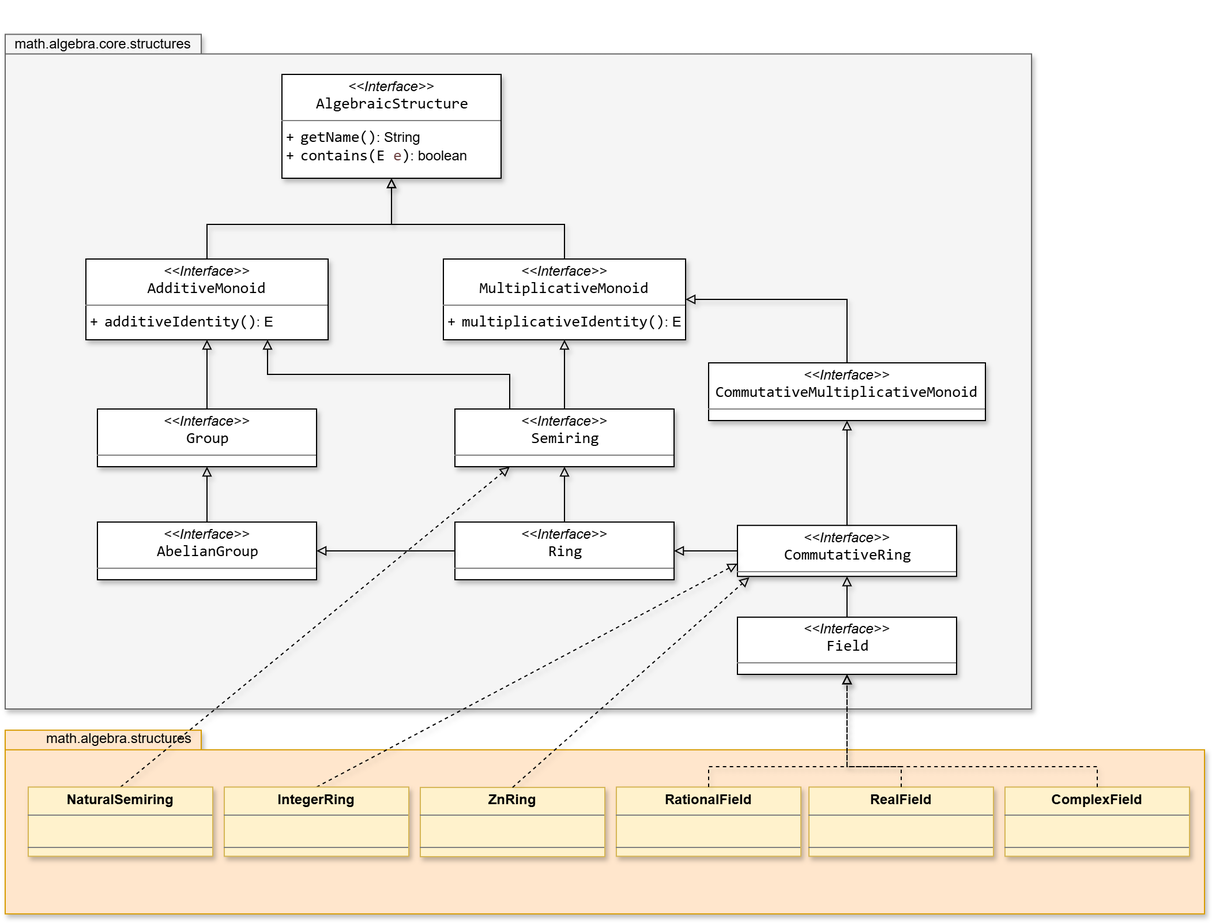
gom9000/SMFN keeps this draw.io diagram as resources/SMFN-algebra-structures.drawio.png. Above is the earlier version. Source tidied: cells renumbered, new cells last; positions are measured from the earlier drawing's top-left corner, leaving out a move shared by most shapes.
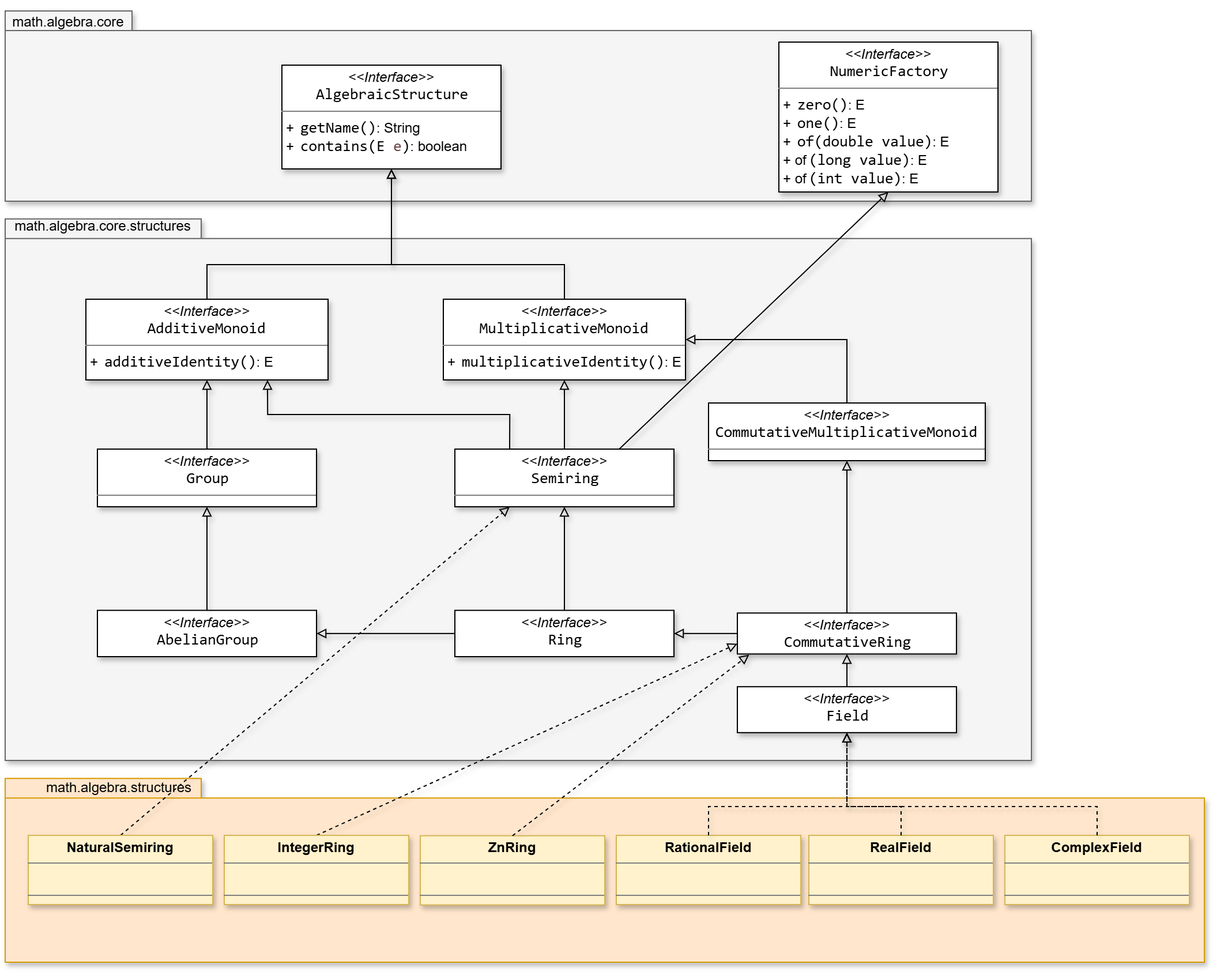
The same file after the commit.

What changed in the source:
```diff
@@ -4,4 +4,10 @@
     <mxCell id="1" parent="0" />
+    <mxCell id="42" style="shape=folder;fontStyle=1;spacingTop=10;tabWidth=110;tabHeight=17;tabPosition=left;html=1;whiteSpace=wrap;fillColor=#f5f5f5;fontColor=#333333;strokeColor=#666666;shadow=1;" parent="1" vertex="1">
+      <mxGeometry y="15" width="890" height="165" as="geometry" />
+    </mxCell>
+    <mxCell id="43" value="math.algebra.core" style="text;html=1;whiteSpace=wrap;strokeColor=none;fillColor=none;align=center;verticalAlign=middle;rounded=0;shadow=1;" parent="1" vertex="1">
+      <mxGeometry y="10" width="110" height="30" as="geometry" />
+    </mxCell>
     <mxCell id="2" style="group;shadow=1;" parent="1" vertex="1">
-      <mxGeometry y="627.7" width="1040" height="160" as="geometry" />
+      <mxGeometry y="680" width="1040" height="160" as="geometry" />
     </mxCell>
@@ -26,12 +32,12 @@
     <mxCell id="9" style="group;shadow=1;" parent="1" vertex="1">
-      <mxGeometry width="890" height="610" as="geometry" />
+      <mxGeometry y="175" width="890" height="490" as="geometry" />
     </mxCell>
     <mxCell id="10" style="shape=folder;fontStyle=1;spacingTop=10;tabWidth=170;tabHeight=17;tabPosition=left;html=1;whiteSpace=wrap;fillColor=#f5f5f5;strokeColor=#666666;fontColor=#333333;shadow=1;" parent="9" vertex="1">
-      <mxGeometry y="25.3" width="890" height="584.7" as="geometry" />
+      <mxGeometry y="20.3" width="890" height="469.7" as="geometry" />
     </mxCell>
     <mxCell id="11" value="math.algebra.core.structures" style="text;html=1;whiteSpace=wrap;strokeColor=none;fillColor=none;align=center;verticalAlign=middle;rounded=0;shadow=1;" parent="9" vertex="1">
-      <mxGeometry x="20" y="21" width="130.1" height="25.3" as="geometry" />
+      <mxGeometry x="20" y="16.9" width="130.1" height="20.3" as="geometry" />
     </mxCell>
     <mxCell id="12" value="&lt;p style=&quot;margin:0px;margin-top:4px;text-align:center;&quot;&gt;&lt;i&gt;&amp;lt;&amp;lt;Interface&amp;gt;&amp;gt;&lt;/i&gt;&lt;br&gt;&lt;span style=&quot;padding: 0px 0px 0px 2px;&quot;&gt;&lt;span style=&quot;font-family: Consolas; font-size: 10pt; white-space: pre;&quot;&gt;&lt;span style=&quot;&quot;&gt;CommutativeRing&lt;/span&gt;&lt;/span&gt;&lt;/span&gt;&lt;/p&gt;&lt;hr size=&quot;1&quot; style=&quot;border-style:solid;&quot;&gt;&lt;p style=&quot;margin:0px;margin-left:4px;&quot;&gt;&lt;/p&gt;&lt;p style=&quot;margin:0px;margin-left:4px;&quot;&gt;&lt;br&gt;&lt;/p&gt;" style="verticalAlign=top;align=left;overflow=fill;html=1;whiteSpace=wrap;labelBackgroundColor=none;shadow=1;" parent="9" vertex="1">
-      <mxGeometry x="635" y="450.9" width="190" height="44.2" as="geometry" />
+      <mxGeometry x="635" y="362.2" width="190" height="35.5" as="geometry" />
     </mxCell>
@@ -41,3 +47,3 @@
     <mxCell id="14" value="&lt;p style=&quot;margin:0px;margin-top:4px;text-align:center;&quot;&gt;&lt;i&gt;&amp;lt;&amp;lt;Interface&amp;gt;&amp;gt;&lt;/i&gt;&lt;br&gt;&lt;span style=&quot;padding: 0px 0px 0px 2px;&quot;&gt;&lt;span style=&quot;font-family: Consolas; font-size: 10pt; white-space: pre;&quot;&gt;&lt;span style=&quot;&quot;&gt;Ring&lt;/span&gt;&lt;/span&gt;&lt;/span&gt;&lt;/p&gt;&lt;hr size=&quot;1&quot; style=&quot;border-style:solid;&quot;&gt;&lt;p style=&quot;margin:0px;margin-left:4px;&quot;&gt;&lt;/p&gt;&lt;p style=&quot;margin:0px;margin-left:4px;&quot;&gt;&lt;br&gt;&lt;/p&gt;" style="verticalAlign=top;align=left;overflow=fill;html=1;whiteSpace=wrap;labelBackgroundColor=none;shadow=1;" parent="9" vertex="1">
-      <mxGeometry x="390" y="448" width="190" height="50" as="geometry" />
+      <mxGeometry x="390" y="359.8" width="190" height="40.2" as="geometry" />
     </mxCell>
@@ -47,3 +53,3 @@
     <mxCell id="16" value="&lt;p style=&quot;margin:0px;margin-top:4px;text-align:center;&quot;&gt;&lt;i&gt;&amp;lt;&amp;lt;Interface&amp;gt;&amp;gt;&lt;/i&gt;&lt;br&gt;&lt;span style=&quot;padding: 0px 0px 0px 2px;&quot;&gt;&lt;span style=&quot;font-family: Consolas; font-size: 10pt; white-space: pre;&quot;&gt;&lt;span style=&quot;&quot;&gt;AbelianGroup&lt;/span&gt;&lt;/span&gt;&lt;/span&gt;&lt;/p&gt;&lt;hr size=&quot;1&quot; style=&quot;border-style:solid;&quot;&gt;&lt;p style=&quot;margin:0px;margin-left:4px;&quot;&gt;&lt;/p&gt;&lt;p style=&quot;margin:0px;margin-left:4px;&quot;&gt;&lt;br&gt;&lt;/p&gt;" style="verticalAlign=top;align=left;overflow=fill;html=1;whiteSpace=wrap;labelBackgroundColor=none;shadow=1;" parent="9" vertex="1">
-      <mxGeometry x="80" y="448" width="190" height="50" as="geometry" />
+      <mxGeometry x="80" y="359.8" width="190" height="40.2" as="geometry" />
     </mxCell>
@@ -53,6 +59,6 @@
     <mxCell id="18" value="&lt;p style=&quot;margin:0px;margin-top:4px;text-align:center;&quot;&gt;&lt;span style=&quot;&quot;&gt;&lt;i style=&quot;&quot;&gt;&amp;lt;&amp;lt;Interface&amp;gt;&amp;gt;&lt;/i&gt;&lt;br&gt;&lt;span style=&quot;padding: 0px 0px 0px 2px;&quot;&gt;&lt;span style=&quot;font-family: Consolas; font-size: 10pt; white-space: pre;&quot;&gt;&lt;span style=&quot;&quot;&gt;Field&lt;/span&gt;&lt;/span&gt;&lt;/span&gt;&lt;/span&gt;&lt;/p&gt;&lt;hr size=&quot;1&quot; style=&quot;border-style:solid;&quot;&gt;&lt;p style=&quot;margin:0px;margin-left:4px;&quot;&gt;&lt;/p&gt;&lt;p style=&quot;margin:0px;margin-left:4px;&quot;&gt;&lt;br&gt;&lt;/p&gt;" style="verticalAlign=top;align=left;overflow=fill;html=1;whiteSpace=wrap;labelBackgroundColor=none;shadow=1;" parent="9" vertex="1">
-      <mxGeometry x="635" y="530.4" width="190" height="49.6" as="geometry" />
+      <mxGeometry x="635" y="426.1" width="190" height="39.8" as="geometry" />
     </mxCell>
     <mxCell id="19" value="&lt;p style=&quot;margin:0px;margin-top:4px;text-align:center;&quot;&gt;&lt;i&gt;&amp;lt;&amp;lt;Interface&amp;gt;&amp;gt;&lt;/i&gt;&lt;br&gt;&lt;span style=&quot;padding: 0px 0px 0px 2px;&quot;&gt;&lt;span style=&quot;font-family: Consolas; font-size: 10pt; white-space: pre;&quot;&gt;&lt;span style=&quot;&quot;&gt;AlgebraicStructure&lt;/span&gt;&lt;/span&gt;&lt;/span&gt;&lt;/p&gt;&lt;hr size=&quot;1&quot; style=&quot;border-style:solid;&quot;&gt;&lt;p style=&quot;margin:0px;margin-left:4px;&quot;&gt;&lt;/p&gt;&lt;p style=&quot;margin:0px;margin-left:4px;&quot;&gt;+&amp;nbsp;&lt;span style=&quot;padding: 0px 0px 0px 2px;&quot;&gt;&lt;span style=&quot;font-family: Consolas; font-size: 10pt; white-space: pre;&quot;&gt;&lt;span style=&quot;&quot;&gt;getName&lt;/span&gt;()&lt;/span&gt;&lt;/span&gt;: String&lt;br&gt;+&amp;nbsp;&lt;span style=&quot;padding: 0px 0px 0px 2px;&quot;&gt;&lt;span style=&quot;font-family: Consolas; font-size: 10pt; white-space: pre;&quot;&gt;&lt;span style=&quot;&quot;&gt;contains&lt;/span&gt;(E &lt;span style=&quot;color:#6a3e3e;&quot;&gt;e&lt;/span&gt;)&lt;/span&gt;&lt;/span&gt;: boolean&lt;/p&gt;" style="verticalAlign=top;align=left;overflow=fill;html=1;whiteSpace=wrap;labelBackgroundColor=none;shadow=1;" parent="1" vertex="1">
-      <mxGeometry x="240" y="60" width="190" height="90" as="geometry" />
+      <mxGeometry x="240" y="62" width="190" height="90" as="geometry" />
     </mxCell>
@@ -62,3 +68,3 @@
     <mxCell id="21" value="&lt;p style=&quot;margin:0px;margin-top:4px;text-align:center;&quot;&gt;&lt;i&gt;&amp;lt;&amp;lt;Interface&amp;gt;&amp;gt;&lt;/i&gt;&lt;br&gt;&lt;span style=&quot;padding: 0px 0px 0px 2px;&quot;&gt;&lt;span style=&quot;font-family: Consolas; font-size: 10pt; white-space: pre;&quot;&gt;&lt;span style=&quot;&quot;&gt;Group&lt;/span&gt;&lt;/span&gt;&lt;/span&gt;&lt;/p&gt;&lt;hr size=&quot;1&quot; style=&quot;border-style:solid;&quot;&gt;&lt;p style=&quot;margin:0px;margin-left:4px;&quot;&gt;&lt;/p&gt;&lt;p style=&quot;margin:0px;margin-left:4px;&quot;&gt;&lt;br&gt;&lt;/p&gt;" style="verticalAlign=top;align=left;overflow=fill;html=1;whiteSpace=wrap;labelBackgroundColor=none;shadow=1;" parent="1" vertex="1">
-      <mxGeometry x="80" y="350" width="190" height="50" as="geometry" />
+      <mxGeometry x="80" y="395" width="190" height="50" as="geometry" />
     </mxCell>
@@ -70,4 +76,7 @@
     </mxCell>
+    <mxCell id="44" style="rounded=0;jettySize=auto;html=1;exitX=0.75;exitY=0;exitDx=0;exitDy=0;entryX=0.5;entryY=1;entryDx=0;entryDy=0;shadow=1;strokeColor=default;align=center;verticalAlign=middle;fontFamily=Helvetica;fontSize=11;fontColor=default;labelBackgroundColor=default;endArrow=block;endFill=0;" parent="1" edge="1" source="24" target="45">
+      <mxGeometry relative="1" as="geometry" />
+    </mxCell>
     <mxCell id="24" value="&lt;p style=&quot;margin:0px;margin-top:4px;text-align:center;&quot;&gt;&lt;i&gt;&amp;lt;&amp;lt;Interface&amp;gt;&amp;gt;&lt;/i&gt;&lt;br&gt;&lt;span style=&quot;padding: 0px 0px 0px 2px;&quot;&gt;&lt;span style=&quot;font-family: Consolas; font-size: 10pt; white-space: pre;&quot;&gt;&lt;span style=&quot;&quot;&gt;Semiring&lt;/span&gt;&lt;/span&gt;&lt;/span&gt;&lt;/p&gt;&lt;hr size=&quot;1&quot; style=&quot;border-style:solid;&quot;&gt;&lt;p style=&quot;margin:0px;margin-left:4px;&quot;&gt;&lt;/p&gt;&lt;p style=&quot;margin:0px;margin-left:4px;&quot;&gt;&lt;br&gt;&lt;/p&gt;" style="verticalAlign=top;align=left;overflow=fill;html=1;whiteSpace=wrap;labelBackgroundColor=none;shadow=1;" parent="1" vertex="1">
-      <mxGeometry x="390" y="350" width="190" height="50" as="geometry" />
+      <mxGeometry x="390" y="395" width="190" height="50" as="geometry" />
     </mxCell>
@@ -76,4 +85,4 @@
         <Array as="points">
-          <mxPoint x="175" y="190" />
-          <mxPoint x="335" y="190" />
+          <mxPoint x="175" y="235" />
+          <mxPoint x="335" y="235" />
         </Array>
@@ -82,3 +91,3 @@
     <mxCell id="26" value="&lt;p style=&quot;margin:0px;margin-top:4px;text-align:center;&quot;&gt;&lt;i&gt;&amp;lt;&amp;lt;Interface&amp;gt;&amp;gt;&lt;/i&gt;&lt;br&gt;&lt;span style=&quot;font-family: Consolas; font-size: 13.3333px; white-space: pre;&quot;&gt;AdditiveMonoid&lt;/span&gt;&lt;/p&gt;&lt;hr size=&quot;1&quot; style=&quot;border-style:solid;&quot;&gt;&lt;p style=&quot;margin:0px;margin-left:4px;&quot;&gt;&lt;/p&gt;&lt;p style=&quot;margin:0px;margin-left:4px;&quot;&gt;+&amp;nbsp;&lt;span style=&quot;padding: 0px 0px 0px 2px;&quot;&gt;&lt;span style=&quot;font-family: Consolas; font-size: 10pt; white-space: pre;&quot;&gt;&lt;span style=&quot;&quot;&gt;additiveIdentity&lt;/span&gt;()&lt;/span&gt;&lt;/span&gt;: E&lt;/p&gt;" style="verticalAlign=top;align=left;overflow=fill;html=1;whiteSpace=wrap;labelBackgroundColor=none;shadow=1;" parent="1" vertex="1">
-      <mxGeometry x="70" y="220" width="210" height="70" as="geometry" />
+      <mxGeometry x="70" y="265" width="210" height="70" as="geometry" />
     </mxCell>
@@ -96,4 +105,4 @@
         <Array as="points">
-          <mxPoint x="485" y="190" />
-          <mxPoint x="335" y="190" />
+          <mxPoint x="485" y="235" />
+          <mxPoint x="335" y="235" />
         </Array>
@@ -102,3 +111,3 @@
     <mxCell id="31" value="&lt;p style=&quot;margin:0px;margin-top:4px;text-align:center;&quot;&gt;&lt;i&gt;&amp;lt;&amp;lt;Interface&amp;gt;&amp;gt;&lt;/i&gt;&lt;br&gt;&lt;span style=&quot;font-family: Consolas; font-size: 13.3333px; white-space: pre;&quot;&gt;MultiplicativeMonoid&lt;/span&gt;&lt;/p&gt;&lt;hr size=&quot;1&quot; style=&quot;border-style:solid;&quot;&gt;&lt;p style=&quot;margin:0px;margin-left:4px;&quot;&gt;&lt;/p&gt;&lt;p style=&quot;margin:0px;margin-left:4px;&quot;&gt;+&amp;nbsp;&lt;span style=&quot;padding: 0px 0px 0px 2px;&quot;&gt;&lt;span style=&quot;font-family: Consolas; font-size: 10pt; white-space: pre;&quot;&gt;&lt;span style=&quot;&quot;&gt;multiplicativeIdentity&lt;/span&gt;()&lt;/span&gt;&lt;/span&gt;: E&lt;/p&gt;" style="verticalAlign=top;align=left;overflow=fill;html=1;whiteSpace=wrap;labelBackgroundColor=none;shadow=1;" parent="1" vertex="1">
-      <mxGeometry x="380" y="220" width="210" height="70" as="geometry" />
+      <mxGeometry x="380" y="265" width="210" height="70" as="geometry" />
     </mxCell>
@@ -108,3 +117,3 @@
     <mxCell id="33" value="&lt;p style=&quot;margin:0px;margin-top:4px;text-align:center;&quot;&gt;&lt;i&gt;&amp;lt;&amp;lt;Interface&amp;gt;&amp;gt;&lt;/i&gt;&lt;br&gt;&lt;span style=&quot;font-family: Consolas; font-size: 13.3333px; white-space: pre;&quot;&gt;CommutativeMultiplicativeMonoid&lt;/span&gt;&lt;/p&gt;&lt;hr size=&quot;1&quot; style=&quot;border-style:solid;&quot;&gt;&lt;p style=&quot;margin:0px;margin-left:4px;&quot;&gt;&lt;/p&gt;&lt;p style=&quot;margin:0px;margin-left:4px;&quot;&gt;&lt;br&gt;&lt;/p&gt;" style="verticalAlign=top;align=left;overflow=fill;html=1;whiteSpace=wrap;labelBackgroundColor=none;shadow=1;" parent="1" vertex="1">
-      <mxGeometry x="610" y="310" width="240" height="50" as="geometry" />
+      <mxGeometry x="610" y="355" width="240" height="50" as="geometry" />
     </mxCell>
@@ -113,4 +122,4 @@
         <Array as="points">
-          <mxPoint x="777" y="660" />
-          <mxPoint x="730" y="660" />
+          <mxPoint x="777" y="705" />
+          <mxPoint x="730" y="705" />
         </Array>
@@ -122,3 +131,3 @@
     <mxCell id="36" value="&lt;p style=&quot;margin:0px;margin-top:4px;text-align:center;&quot;&gt;&lt;b&gt;NaturalSemiring&lt;/b&gt;&lt;/p&gt;&lt;hr size=&quot;1&quot; style=&quot;border-style:solid;&quot;&gt;&lt;p style=&quot;margin:0px;margin-left:4px;&quot;&gt;&lt;br&gt;&lt;/p&gt;&lt;hr size=&quot;1&quot; style=&quot;border-style:solid;&quot;&gt;&lt;p style=&quot;margin:0px;margin-left:4px;&quot;&gt;&lt;br&gt;&lt;/p&gt;" style="verticalAlign=top;align=left;overflow=fill;html=1;whiteSpace=wrap;fillColor=#fff2cc;strokeColor=#d6b656;labelBackgroundColor=none;shadow=1;" parent="1" vertex="1">
-      <mxGeometry x="20" y="677.7" width="160" height="60" as="geometry" />
+      <mxGeometry x="20" y="730" width="160" height="60" as="geometry" />
     </mxCell>
@@ -127,4 +136,4 @@
         <Array as="points">
-          <mxPoint x="610" y="660" />
-          <mxPoint x="730" y="660" />
+          <mxPoint x="610" y="705" />
+          <mxPoint x="730" y="705" />
         </Array>
@@ -136,3 +145,3 @@
     <mxCell id="39" value="&lt;p style=&quot;margin:0px;margin-top:4px;text-align:center;&quot;&gt;&lt;b&gt;IntegerRing&lt;/b&gt;&lt;/p&gt;&lt;hr size=&quot;1&quot; style=&quot;border-style:solid;&quot;&gt;&lt;p style=&quot;margin:0px;margin-left:4px;&quot;&gt;&lt;br&gt;&lt;/p&gt;&lt;hr size=&quot;1&quot; style=&quot;border-style:solid;&quot;&gt;&lt;p style=&quot;margin:0px;margin-left:4px;&quot;&gt;&lt;br&gt;&lt;/p&gt;" style="verticalAlign=top;align=left;overflow=fill;html=1;whiteSpace=wrap;fillColor=#fff2cc;strokeColor=#d6b656;labelBackgroundColor=none;shadow=1;" parent="1" vertex="1">
-      <mxGeometry x="190" y="677.7" width="160" height="60" as="geometry" />
+      <mxGeometry x="190" y="730" width="160" height="60" as="geometry" />
     </mxCell>
@@ -141,4 +150,4 @@
         <Array as="points">
-          <mxPoint x="947" y="660" />
-          <mxPoint x="730" y="660" />
+          <mxPoint x="947" y="705" />
+          <mxPoint x="730" y="705" />
         </Array>
@@ -149,2 +158,5 @@
     </mxCell>
+    <mxCell id="45" value="&lt;p style=&quot;margin:0px;margin-top:4px;text-align:center;&quot;&gt;&lt;i&gt;&amp;lt;&amp;lt;Interface&amp;gt;&amp;gt;&lt;/i&gt;&lt;br&gt;&lt;span style=&quot;padding: 0px 0px 0px 2px;&quot;&gt;&lt;span style=&quot;font-family: Consolas; font-size: 10pt; white-space: pre;&quot;&gt;&lt;span style=&quot;&quot;&gt;NumericFactory&lt;/span&gt;&lt;/span&gt;&lt;/span&gt;&lt;/p&gt;&lt;hr size=&quot;1&quot; style=&quot;border-style:solid;&quot;&gt;&lt;p style=&quot;margin:0px;margin-left:4px;&quot;&gt;&lt;/p&gt;&lt;p style=&quot;margin:0px;margin-left:4px;&quot;&gt;+&amp;nbsp;&lt;span style=&quot;padding: 0px 0px 0px 2px;&quot;&gt;&lt;span style=&quot;font-family: Consolas; font-size: 10pt; white-space: pre;&quot;&gt;&lt;span style=&quot;&quot;&gt;zero&lt;/span&gt;()&lt;/span&gt;&lt;/span&gt;: E&lt;br&gt;+&amp;nbsp;&lt;span style=&quot;padding: 0px 0px 0px 2px;&quot;&gt;&lt;span style=&quot;font-family: Consolas; font-size: 10pt; white-space: pre;&quot;&gt;&lt;span style=&quot;&quot;&gt;one&lt;/span&gt;()&lt;/span&gt;&lt;/span&gt;: E&lt;/p&gt;&lt;p style=&quot;margin:0px;margin-left:4px;&quot;&gt;+&amp;nbsp;&lt;span style=&quot;padding: 0px 0px 0px 2px;&quot;&gt;&lt;span style=&quot;font-family: Consolas; font-size: 10pt; white-space: pre;&quot;&gt;of(double value)&lt;/span&gt;&lt;/span&gt;: E&lt;/p&gt;&lt;p style=&quot;margin:0px;margin-left:4px;&quot;&gt;+ of&lt;span style=&quot;padding: 0px 0px 0px 2px;&quot;&gt;&lt;span style=&quot;font-family: Consolas; font-size: 10pt; white-space: pre;&quot;&gt;(long value)&lt;/span&gt;&lt;/span&gt;: E&lt;/p&gt;&lt;p style=&quot;margin:0px;margin-left:4px;&quot;&gt;+ of&lt;span style=&quot;padding: 0px 0px 0px 2px;&quot;&gt;&lt;span style=&quot;font-family: Consolas; font-size: 10pt; white-space: pre;&quot;&gt;(int value)&lt;/span&gt;&lt;/span&gt;: E&lt;/p&gt;" style="verticalAlign=top;align=left;overflow=fill;html=1;whiteSpace=wrap;labelBackgroundColor=none;shadow=1;" parent="1" vertex="1">
+      <mxGeometry x="671" y="42" width="190" height="130" as="geometry" />
+    </mxCell>
   </root>
```
